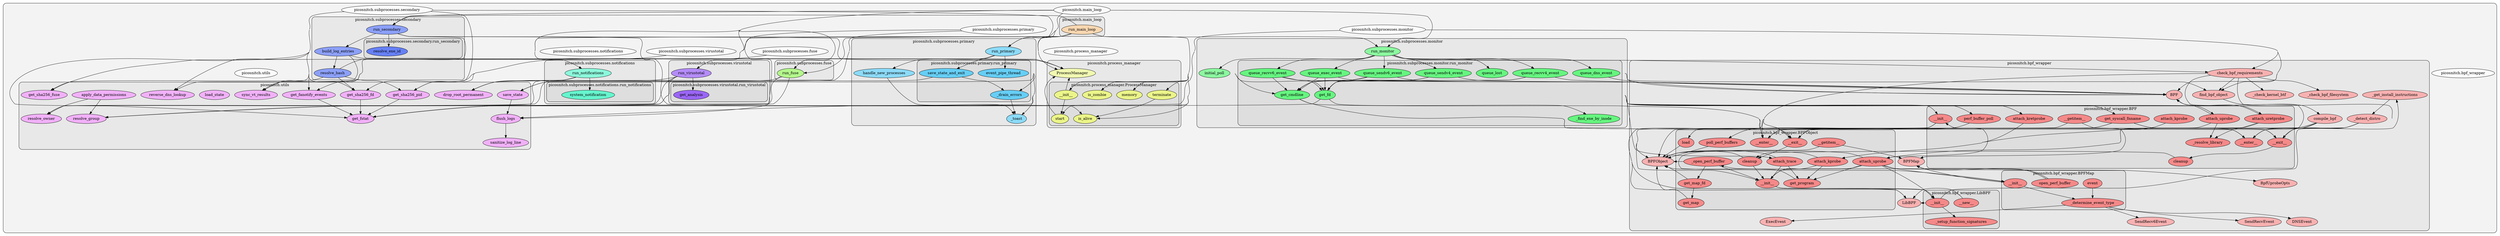
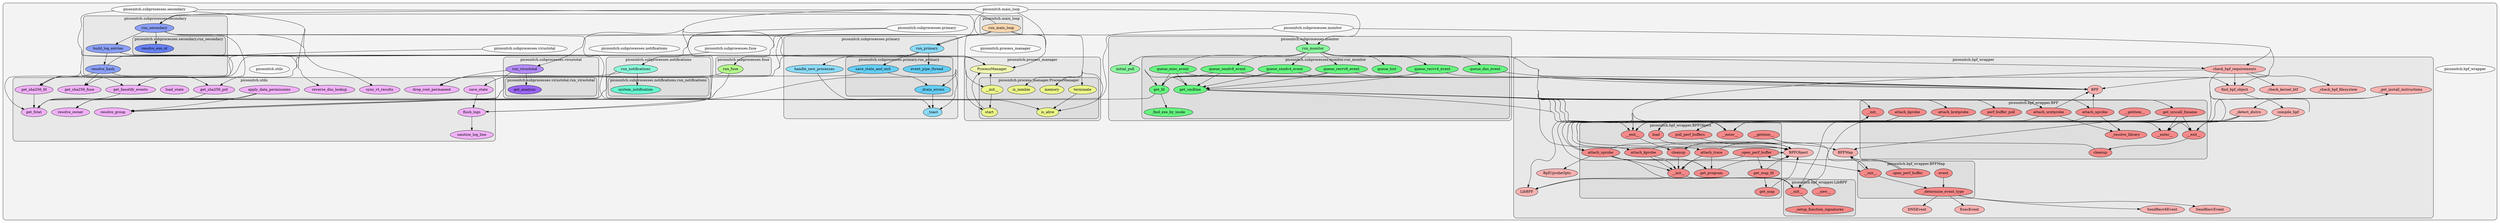
digraph G {
    graph [rankdir=TB, ranksep=0.5, layout=dot, concentrate=true, clusterrank="local"];
    subgraph "cluster_G" {

        graph [style="filled,rounded", fillcolor="#80808018", label=""];
        "picosnitch__bpf_wrapper" [label="picosnitch.bpf_wrapper", style="filled", fillcolor="#ffffffb2", fontcolor="#000000", group="0"];
        "picosnitch__main_loop" [label="picosnitch.main_loop", style="filled", fillcolor="#ffffffb2", fontcolor="#000000", group="1"];
        "picosnitch__process_manager" [label="picosnitch.process_manager", style="filled", fillcolor="#ffffffb2", fontcolor="#000000", group="2"];
        "picosnitch__subprocesses__fuse" [label="picosnitch.subprocesses.fuse", style="filled", fillcolor="#ffffffb2", fontcolor="#000000", group="3"];
        "picosnitch__subprocesses__monitor" [label="picosnitch.subprocesses.monitor", style="filled", fillcolor="#ffffffb2", fontcolor="#000000", group="4"];
        "picosnitch__subprocesses__notifications" [label="picosnitch.subprocesses.notifications", style="filled", fillcolor="#ffffffb2", fontcolor="#000000", group="5"];
        "picosnitch__subprocesses__primary" [label="picosnitch.subprocesses.primary", style="filled", fillcolor="#ffffffb2", fontcolor="#000000", group="6"];
        "picosnitch__subprocesses__secondary" [label="picosnitch.subprocesses.secondary", style="filled", fillcolor="#ffffffb2", fontcolor="#000000", group="7"];
        "picosnitch__subprocesses__virustotal" [label="picosnitch.subprocesses.virustotal", style="filled", fillcolor="#ffffffb2", fontcolor="#000000", group="8"];
        "picosnitch__utils" [label="picosnitch.utils", style="filled", fillcolor="#ffffffb2", fontcolor="#000000", group="9"];
        subgraph "cluster_picosnitch__bpf_wrapper" {

            graph [style="filled,rounded", fillcolor="#80808018", label="picosnitch.bpf_wrapper"];
            "picosnitch__bpf_wrapper__BPF" [label="BPF", style="filled", fillcolor="#ff9999b2", fontcolor="#000000", group="0"];
            "picosnitch__bpf_wrapper__BPFMap" [label="BPFMap", style="filled", fillcolor="#ff9999b2", fontcolor="#000000", group="0"];
            "picosnitch__bpf_wrapper__BPFObject" [label="BPFObject", style="filled", fillcolor="#ff9999b2", fontcolor="#000000", group="0"];
            "picosnitch__bpf_wrapper__BpfUprobeOpts" [label="BpfUprobeOpts", style="filled", fillcolor="#ff9999b2", fontcolor="#000000", group="0"];
            "picosnitch__bpf_wrapper__DNSEvent" [label="DNSEvent", style="filled", fillcolor="#ff9999b2", fontcolor="#000000", group="0"];
            "picosnitch__bpf_wrapper__ExecEvent" [label="ExecEvent", style="filled", fillcolor="#ff9999b2", fontcolor="#000000", group="0"];
            "picosnitch__bpf_wrapper__LibBPF" [label="LibBPF", style="filled", fillcolor="#ff9999b2", fontcolor="#000000", group="0"];
            "picosnitch__bpf_wrapper__SendRecv6Event" [label="SendRecv6Event", style="filled", fillcolor="#ff9999b2", fontcolor="#000000", group="0"];
            "picosnitch__bpf_wrapper__SendRecvEvent" [label="SendRecvEvent", style="filled", fillcolor="#ff9999b2", fontcolor="#000000", group="0"];
            "picosnitch__bpf_wrapper___check_bpf_filesystem" [label="_check_bpf_filesystem", style="filled", fillcolor="#ff9999b2", fontcolor="#000000", group="0"];
            "picosnitch__bpf_wrapper___check_kernel_btf" [label="_check_kernel_btf", style="filled", fillcolor="#ff9999b2", fontcolor="#000000", group="0"];
            "picosnitch__bpf_wrapper___detect_distro" [label="_detect_distro", style="filled", fillcolor="#ff9999b2", fontcolor="#000000", group="0"];
            "picosnitch__bpf_wrapper___get_install_instructions" [label="_get_install_instructions", style="filled", fillcolor="#ff9999b2", fontcolor="#000000", group="0"];
            "picosnitch__bpf_wrapper__check_bpf_requirements" [label="check_bpf_requirements", style="filled", fillcolor="#ff9999b2", fontcolor="#000000", group="0"];
            "picosnitch__bpf_wrapper__compile_bpf" [label="compile_bpf", style="filled", fillcolor="#ff9999b2", fontcolor="#000000", group="0"];
            "picosnitch__bpf_wrapper__find_bpf_object" [label="find_bpf_object", style="filled", fillcolor="#ff9999b2", fontcolor="#000000", group="0"];
            subgraph "cluster_picosnitch__bpf_wrapper__BPF" {

                graph [style="filled,rounded", fillcolor="#80808018", label="picosnitch.bpf_wrapper.BPF"];
                "picosnitch__bpf_wrapper__BPF____enter__" [label="__enter__", style="filled", fillcolor="#ff6565b2", fontcolor="#000000", group="0"];
                "picosnitch__bpf_wrapper__BPF____exit__" [label="__exit__", style="filled", fillcolor="#ff6565b2", fontcolor="#000000", group="0"];
                "picosnitch__bpf_wrapper__BPF____getitem__" [label="__getitem__", style="filled", fillcolor="#ff6565b2", fontcolor="#000000", group="0"];
                "picosnitch__bpf_wrapper__BPF____init__" [label="__init__", style="filled", fillcolor="#ff6565b2", fontcolor="#000000", group="0"];
                "picosnitch__bpf_wrapper__BPF___resolve_library" [label="_resolve_library", style="filled", fillcolor="#ff6565b2", fontcolor="#000000", group="0"];
                "picosnitch__bpf_wrapper__BPF__attach_kprobe" [label="attach_kprobe", style="filled", fillcolor="#ff6565b2", fontcolor="#000000", group="0"];
                "picosnitch__bpf_wrapper__BPF__attach_kretprobe" [label="attach_kretprobe", style="filled", fillcolor="#ff6565b2", fontcolor="#000000", group="0"];
                "picosnitch__bpf_wrapper__BPF__attach_uprobe" [label="attach_uprobe", style="filled", fillcolor="#ff6565b2", fontcolor="#000000", group="0"];
                "picosnitch__bpf_wrapper__BPF__attach_uretprobe" [label="attach_uretprobe", style="filled", fillcolor="#ff6565b2", fontcolor="#000000", group="0"];
                "picosnitch__bpf_wrapper__BPF__cleanup" [label="cleanup", style="filled", fillcolor="#ff6565b2", fontcolor="#000000", group="0"];
                "picosnitch__bpf_wrapper__BPF__get_syscall_fnname" [label="get_syscall_fnname", style="filled", fillcolor="#ff6565b2", fontcolor="#000000", group="0"];
                "picosnitch__bpf_wrapper__BPF__perf_buffer_poll" [label="perf_buffer_poll", style="filled", fillcolor="#ff6565b2", fontcolor="#000000", group="0"];
            }
            subgraph "cluster_picosnitch__bpf_wrapper__BPFMap" {

                graph [style="filled,rounded", fillcolor="#80808018", label="picosnitch.bpf_wrapper.BPFMap"];
                "picosnitch__bpf_wrapper__BPFMap____init__" [label="__init__", style="filled", fillcolor="#ff6565b2", fontcolor="#000000", group="0"];
                "picosnitch__bpf_wrapper__BPFMap___determine_event_type" [label="_determine_event_type", style="filled", fillcolor="#ff6565b2", fontcolor="#000000", group="0"];
                "picosnitch__bpf_wrapper__BPFMap__event" [label="event", style="filled", fillcolor="#ff6565b2", fontcolor="#000000", group="0"];
                "picosnitch__bpf_wrapper__BPFMap__open_perf_buffer" [label="open_perf_buffer", style="filled", fillcolor="#ff6565b2", fontcolor="#000000", group="0"];
            }
            subgraph "cluster_picosnitch__bpf_wrapper__BPFObject" {

                graph [style="filled,rounded", fillcolor="#80808018", label="picosnitch.bpf_wrapper.BPFObject"];
                "picosnitch__bpf_wrapper__BPFObject____enter__" [label="__enter__", style="filled", fillcolor="#ff6565b2", fontcolor="#000000", group="0"];
                "picosnitch__bpf_wrapper__BPFObject____exit__" [label="__exit__", style="filled", fillcolor="#ff6565b2", fontcolor="#000000", group="0"];
                "picosnitch__bpf_wrapper__BPFObject____getitem__" [label="__getitem__", style="filled", fillcolor="#ff6565b2", fontcolor="#000000", group="0"];
                "picosnitch__bpf_wrapper__BPFObject____init__" [label="__init__", style="filled", fillcolor="#ff6565b2", fontcolor="#000000", group="0"];
                "picosnitch__bpf_wrapper__BPFObject___open_perf_buffer" [label="_open_perf_buffer", style="filled", fillcolor="#ff6565b2", fontcolor="#000000", group="0"];
                "picosnitch__bpf_wrapper__BPFObject__attach_kprobe" [label="attach_kprobe", style="filled", fillcolor="#ff6565b2", fontcolor="#000000", group="0"];
                "picosnitch__bpf_wrapper__BPFObject__attach_trace" [label="attach_trace", style="filled", fillcolor="#ff6565b2", fontcolor="#000000", group="0"];
                "picosnitch__bpf_wrapper__BPFObject__attach_uprobe" [label="attach_uprobe", style="filled", fillcolor="#ff6565b2", fontcolor="#000000", group="0"];
                "picosnitch__bpf_wrapper__BPFObject__cleanup" [label="cleanup", style="filled", fillcolor="#ff6565b2", fontcolor="#000000", group="0"];
                "picosnitch__bpf_wrapper__BPFObject__get_map" [label="get_map", style="filled", fillcolor="#ff6565b2", fontcolor="#000000", group="0"];
                "picosnitch__bpf_wrapper__BPFObject__get_map_fd" [label="get_map_fd", style="filled", fillcolor="#ff6565b2", fontcolor="#000000", group="0"];
                "picosnitch__bpf_wrapper__BPFObject__get_program" [label="get_program", style="filled", fillcolor="#ff6565b2", fontcolor="#000000", group="0"];
                "picosnitch__bpf_wrapper__BPFObject__load" [label="load", style="filled", fillcolor="#ff6565b2", fontcolor="#000000", group="0"];
                "picosnitch__bpf_wrapper__BPFObject__poll_perf_buffers" [label="poll_perf_buffers", style="filled", fillcolor="#ff6565b2", fontcolor="#000000", group="0"];
            }
            subgraph "cluster_picosnitch__bpf_wrapper__LibBPF" {

                graph [style="filled,rounded", fillcolor="#80808018", label="picosnitch.bpf_wrapper.LibBPF"];
                "picosnitch__bpf_wrapper__LibBPF____init__" [label="__init__", style="filled", fillcolor="#ff6565b2", fontcolor="#000000", group="0"];
                "picosnitch__bpf_wrapper__LibBPF____new__" [label="__new__", style="filled", fillcolor="#ff6565b2", fontcolor="#000000", group="0"];
                "picosnitch__bpf_wrapper__LibBPF___setup_function_signatures" [label="_setup_function_signatures", style="filled", fillcolor="#ff6565b2", fontcolor="#000000", group="0"];
            }
        }
        subgraph "cluster_picosnitch__main_loop" {

            graph [style="filled,rounded", fillcolor="#80808018", label="picosnitch.main_loop"];
            "picosnitch__main_loop__run_main_loop" [label="run_main_loop", style="filled", fillcolor="#ffd099b2", fontcolor="#000000", group="1"];
        }
        subgraph "cluster_picosnitch__process_manager" {

            graph [style="filled,rounded", fillcolor="#80808018", label="picosnitch.process_manager"];
            "picosnitch__process_manager__ProcessManager" [label="ProcessManager", style="filled", fillcolor="#f5ff99b2", fontcolor="#000000", group="2"];
            subgraph "cluster_picosnitch__process_manager__ProcessManager" {

                graph [style="filled,rounded", fillcolor="#80808018", label="picosnitch.process_manager.ProcessManager"];
                "picosnitch__process_manager__ProcessManager____init__" [label="__init__", style="filled", fillcolor="#f1ff65b2", fontcolor="#000000", group="2"];
                "picosnitch__process_manager__ProcessManager__is_alive" [label="is_alive", style="filled", fillcolor="#f1ff65b2", fontcolor="#000000", group="2"];
                "picosnitch__process_manager__ProcessManager__is_zombie" [label="is_zombie", style="filled", fillcolor="#f1ff65b2", fontcolor="#000000", group="2"];
                "picosnitch__process_manager__ProcessManager__memory" [label="memory", style="filled", fillcolor="#f1ff65b2", fontcolor="#000000", group="2"];
                "picosnitch__process_manager__ProcessManager__start" [label="start", style="filled", fillcolor="#f1ff65b2", fontcolor="#000000", group="2"];
                "picosnitch__process_manager__ProcessManager__terminate" [label="terminate", style="filled", fillcolor="#f1ff65b2", fontcolor="#000000", group="2"];
            }
        }
        subgraph "cluster_picosnitch__subprocesses__fuse" {

            graph [style="filled,rounded", fillcolor="#80808018", label="picosnitch.subprocesses.fuse"];
            "picosnitch__subprocesses__fuse__run_fuse" [label="run_fuse", style="filled", fillcolor="#9dff65b2", fontcolor="#000000", group="3"];
        }
        subgraph "cluster_picosnitch__subprocesses__monitor" {

            graph [style="filled,rounded", fillcolor="#80808018", label="picosnitch.subprocesses.monitor"];
            "picosnitch__subprocesses__monitor__initial_poll" [label="initial_poll", style="filled", fillcolor="#65ff81b2", fontcolor="#000000", group="4"];
            "picosnitch__subprocesses__monitor__run_monitor" [label="run_monitor", style="filled", fillcolor="#65ff81b2", fontcolor="#000000", group="4"];
            subgraph "cluster_picosnitch__subprocesses__monitor__run_monitor" {

                graph [style="filled,rounded", fillcolor="#80808018", label="picosnitch.subprocesses.monitor.run_monitor"];
                "picosnitch__subprocesses__monitor__run_monitor___find_exe_by_inodeX" [label="_find_exe_by_inode", style="filled", fillcolor="#32ff58b2", fontcolor="#000000", group="4"];
                "picosnitch__subprocesses__monitor__run_monitor__get_cmdline" [label="get_cmdline", style="filled", fillcolor="#32ff58b2", fontcolor="#000000", group="4"];
                "picosnitch__subprocesses__monitor__run_monitor__get_fd" [label="get_fd", style="filled", fillcolor="#32ff58b2", fontcolor="#000000", group="4"];
                "picosnitch__subprocesses__monitor__run_monitor__queue_dns_event" [label="queue_dns_event", style="filled", fillcolor="#32ff58b2", fontcolor="#000000", group="4"];
                "picosnitch__subprocesses__monitor__run_monitor__queue_exec_event" [label="queue_exec_event", style="filled", fillcolor="#32ff58b2", fontcolor="#000000", group="4"];
                "picosnitch__subprocesses__monitor__run_monitor__queue_lost" [label="queue_lost", style="filled", fillcolor="#32ff58b2", fontcolor="#000000", group="4"];
                "picosnitch__subprocesses__monitor__run_monitor__queue_recvv4_event" [label="queue_recvv4_event", style="filled", fillcolor="#32ff58b2", fontcolor="#000000", group="4"];
                "picosnitch__subprocesses__monitor__run_monitor__queue_recvv6_event" [label="queue_recvv6_event", style="filled", fillcolor="#32ff58b2", fontcolor="#000000", group="4"];
                "picosnitch__subprocesses__monitor__run_monitor__queue_sendv4_event" [label="queue_sendv4_event", style="filled", fillcolor="#32ff58b2", fontcolor="#000000", group="4"];
                "picosnitch__subprocesses__monitor__run_monitor__queue_sendv6_event" [label="queue_sendv6_event", style="filled", fillcolor="#32ff58b2", fontcolor="#000000", group="4"];
            }
        }
        subgraph "cluster_picosnitch__subprocesses__notifications" {

            graph [style="filled,rounded", fillcolor="#80808018", label="picosnitch.subprocesses.notifications"];
            "picosnitch__subprocesses__notifications__run_notifications" [label="run_notifications", style="filled", fillcolor="#65ffd5b2", fontcolor="#000000", group="5"];
            subgraph "cluster_picosnitch__subprocesses__notifications__run_notifications" {

                graph [style="filled,rounded", fillcolor="#80808018", label="picosnitch.subprocesses.notifications.run_notifications"];
                "picosnitch__subprocesses__notifications__run_notifications__system_notification" [label="system_notification", style="filled", fillcolor="#32ffc7b2", fontcolor="#000000", group="5"];
            }
        }
        subgraph "cluster_picosnitch__subprocesses__primary" {

            graph [style="filled,rounded", fillcolor="#80808018", label="picosnitch.subprocesses.primary"];
            "picosnitch__subprocesses__primary___toast" [label="_toast", style="filled", fillcolor="#65d5ffb2", fontcolor="#000000", group="6"];
            "picosnitch__subprocesses__primary__handle_new_processes" [label="handle_new_processes", style="filled", fillcolor="#65d5ffb2", fontcolor="#000000", group="6"];
            "picosnitch__subprocesses__primary__run_primary" [label="run_primary", style="filled", fillcolor="#65d5ffb2", fontcolor="#000000", group="6"];
            subgraph "cluster_picosnitch__subprocesses__primary__run_primary" {

                graph [style="filled,rounded", fillcolor="#80808018", label="picosnitch.subprocesses.primary.run_primary"];
                "picosnitch__subprocesses__primary__run_primary___drain_errors" [label="_drain_errors", style="filled", fillcolor="#32c7ffb2", fontcolor="#000000", group="6"];
                "picosnitch__subprocesses__primary__run_primary__event_pipe_thread" [label="event_pipe_thread", style="filled", fillcolor="#32c7ffb2", fontcolor="#000000", group="6"];
                "picosnitch__subprocesses__primary__run_primary__save_state_and_exit" [label="save_state_and_exit", style="filled", fillcolor="#32c7ffb2", fontcolor="#000000", group="6"];
            }
        }
        subgraph "cluster_picosnitch__subprocesses__secondary" {

            graph [style="filled,rounded", fillcolor="#80808018", label="picosnitch.subprocesses.secondary"];
            "picosnitch__subprocesses__secondary__build_log_entries" [label="build_log_entries", style="filled", fillcolor="#6581ffb2", fontcolor="#000000", group="7"];
            "picosnitch__subprocesses__secondary__resolve_hash" [label="resolve_hash", style="filled", fillcolor="#6581ffb2", fontcolor="#000000", group="7"];
            "picosnitch__subprocesses__secondary__run_secondary" [label="run_secondary", style="filled", fillcolor="#6581ffb2", fontcolor="#000000", group="7"];
            subgraph "cluster_picosnitch__subprocesses__secondary__run_secondary" {

                graph [style="filled,rounded", fillcolor="#80808018", label="picosnitch.subprocesses.secondary.run_secondary"];
                "picosnitch__subprocesses__secondary__run_secondary__resolve_exe_id" [label="resolve_exe_id", style="filled", fillcolor="#3258ffb2", fontcolor="#000000", group="7"];
            }
        }
        subgraph "cluster_picosnitch__subprocesses__virustotal" {

            graph [style="filled,rounded", fillcolor="#80808018", label="picosnitch.subprocesses.virustotal"];
            "picosnitch__subprocesses__virustotal__run_virustotal" [label="run_virustotal", style="filled", fillcolor="#9d65ffb2", fontcolor="#000000", group="8"];
            subgraph "cluster_picosnitch__subprocesses__virustotal__run_virustotal" {

                graph [style="filled,rounded", fillcolor="#80808018", label="picosnitch.subprocesses.virustotal.run_virustotal"];
                "picosnitch__subprocesses__virustotal__run_virustotal__get_analysis" [label="get_analysis", style="filled", fillcolor="#7d32ffb2", fontcolor="#000000", group="8"];
            }
        }
        subgraph "cluster_picosnitch__utils" {

            graph [style="filled,rounded", fillcolor="#80808018", label="picosnitch.utils"];
            "picosnitch__utils__apply_data_permissions" [label="apply_data_permissions", style="filled", fillcolor="#f599ffb2", fontcolor="#000000", group="9"];
            "picosnitch__utils__drop_root_permanent" [label="drop_root_permanent", style="filled", fillcolor="#f599ffb2", fontcolor="#000000", group="9"];
            "picosnitch__utils__flush_logs" [label="flush_logs", style="filled", fillcolor="#f599ffb2", fontcolor="#000000", group="9"];
            "picosnitch__utils__get_fanotify_events" [label="get_fanotify_events", style="filled", fillcolor="#f599ffb2", fontcolor="#000000", group="9"];
            "picosnitch__utils__get_fstat" [label="get_fstat", style="filled", fillcolor="#f599ffb2", fontcolor="#000000", group="9"];
            "picosnitch__utils__get_sha256_fd" [label="get_sha256_fd", style="filled", fillcolor="#f599ffb2", fontcolor="#000000", group="9"];
            "picosnitch__utils__get_sha256_fuse" [label="get_sha256_fuse", style="filled", fillcolor="#f599ffb2", fontcolor="#000000", group="9"];
            "picosnitch__utils__get_sha256_pid" [label="get_sha256_pid", style="filled", fillcolor="#f599ffb2", fontcolor="#000000", group="9"];
            "picosnitch__utils__load_state" [label="load_state", style="filled", fillcolor="#f599ffb2", fontcolor="#000000", group="9"];
            "picosnitch__utils__resolve_group" [label="resolve_group", style="filled", fillcolor="#f599ffb2", fontcolor="#000000", group="9"];
            "picosnitch__utils__resolve_owner" [label="resolve_owner", style="filled", fillcolor="#f599ffb2", fontcolor="#000000", group="9"];
            "picosnitch__utils__reverse_dns_lookup" [label="reverse_dns_lookup", style="filled", fillcolor="#f599ffb2", fontcolor="#000000", group="9"];
            "picosnitch__utils__sanitize_log_line" [label="sanitize_log_line", style="filled", fillcolor="#f599ffb2", fontcolor="#000000", group="9"];
            "picosnitch__utils__save_state" [label="save_state", style="filled", fillcolor="#f599ffb2", fontcolor="#000000", group="9"];
            "picosnitch__utils__sync_vt_results" [label="sync_vt_results", style="filled", fillcolor="#f599ffb2", fontcolor="#000000", group="9"];
        }
    }
        "picosnitch__bpf_wrapper" -> "picosnitch__bpf_wrapper__BPF" [style="dashed",  color="#ffffff00"];
        "picosnitch__bpf_wrapper" -> "picosnitch__bpf_wrapper__BPFMap" [style="dashed",  color="#ffffff00"];
        "picosnitch__bpf_wrapper" -> "picosnitch__bpf_wrapper__BPFObject" [style="dashed",  color="#ffffff00"];
        "picosnitch__bpf_wrapper" -> "picosnitch__bpf_wrapper__BpfUprobeOpts" [style="dashed",  color="#ffffff00"];
        "picosnitch__bpf_wrapper" -> "picosnitch__bpf_wrapper__DNSEvent" [style="dashed",  color="#ffffff00"];
        "picosnitch__bpf_wrapper" -> "picosnitch__bpf_wrapper__ExecEvent" [style="dashed",  color="#ffffff00"];
        "picosnitch__bpf_wrapper" -> "picosnitch__bpf_wrapper__LibBPF" [style="dashed",  color="#ffffff00"];
        "picosnitch__bpf_wrapper" -> "picosnitch__bpf_wrapper__SendRecv6Event" [style="dashed",  color="#ffffff00"];
        "picosnitch__bpf_wrapper" -> "picosnitch__bpf_wrapper__SendRecvEvent" [style="dashed",  color="#ffffff00"];
        "picosnitch__bpf_wrapper" -> "picosnitch__bpf_wrapper___check_bpf_filesystem" [style="dashed",  color="#ffffff00"];
        "picosnitch__bpf_wrapper" -> "picosnitch__bpf_wrapper___check_kernel_btf" [style="dashed",  color="#ffffff00"];
        "picosnitch__bpf_wrapper" -> "picosnitch__bpf_wrapper___detect_distro" [style="dashed",  color="#ffffff00"];
        "picosnitch__bpf_wrapper" -> "picosnitch__bpf_wrapper___get_install_instructions" [style="dashed",  color="#ffffff00"];
        "picosnitch__bpf_wrapper" -> "picosnitch__bpf_wrapper__check_bpf_requirements" [style="dashed",  color="#ffffff00"];
        "picosnitch__bpf_wrapper" -> "picosnitch__bpf_wrapper__compile_bpf" [style="dashed",  color="#ffffff00"];
        "picosnitch__bpf_wrapper" -> "picosnitch__bpf_wrapper__find_bpf_object" [style="dashed",  color="#ffffff00"];
        "picosnitch__bpf_wrapper__BPF" -> "picosnitch__bpf_wrapper__BPF____enter__" [style="dashed",  color="#ffffff00"];
        "picosnitch__bpf_wrapper__BPF" -> "picosnitch__bpf_wrapper__BPF____exit__" [style="dashed",  color="#ffffff00"];
        "picosnitch__bpf_wrapper__BPF" -> "picosnitch__bpf_wrapper__BPF____getitem__" [style="dashed",  color="#ffffff00"];
        "picosnitch__bpf_wrapper__BPF" -> "picosnitch__bpf_wrapper__BPF____init__" [style="dashed",  color="#ffffff00"];
        "picosnitch__bpf_wrapper__BPF" -> "picosnitch__bpf_wrapper__BPF___resolve_library" [style="dashed",  color="#ffffff00"];
        "picosnitch__bpf_wrapper__BPF" -> "picosnitch__bpf_wrapper__BPF__attach_kprobe" [style="dashed",  color="#ffffff00"];
        "picosnitch__bpf_wrapper__BPF" -> "picosnitch__bpf_wrapper__BPF__attach_kretprobe" [style="dashed",  color="#ffffff00"];
        "picosnitch__bpf_wrapper__BPF" -> "picosnitch__bpf_wrapper__BPF__attach_uprobe" [style="dashed",  color="#ffffff00"];
        "picosnitch__bpf_wrapper__BPF" -> "picosnitch__bpf_wrapper__BPF__attach_uretprobe" [style="dashed",  color="#ffffff00"];
        "picosnitch__bpf_wrapper__BPF" -> "picosnitch__bpf_wrapper__BPF__cleanup" [style="dashed",  color="#ffffff00"];
        "picosnitch__bpf_wrapper__BPF" -> "picosnitch__bpf_wrapper__BPF__get_syscall_fnname" [style="dashed",  color="#ffffff00"];
        "picosnitch__bpf_wrapper__BPF" -> "picosnitch__bpf_wrapper__BPF__perf_buffer_poll" [style="dashed",  color="#ffffff00"];
        "picosnitch__bpf_wrapper__BPFMap" -> "picosnitch__bpf_wrapper__BPFMap____init__" [style="dashed",  color="#ffffff00"];
        "picosnitch__bpf_wrapper__BPFMap" -> "picosnitch__bpf_wrapper__BPFMap___determine_event_type" [style="dashed",  color="#ffffff00"];
        "picosnitch__bpf_wrapper__BPFMap" -> "picosnitch__bpf_wrapper__BPFMap__event" [style="dashed",  color="#ffffff00"];
        "picosnitch__bpf_wrapper__BPFMap" -> "picosnitch__bpf_wrapper__BPFMap__open_perf_buffer" [style="dashed",  color="#ffffff00"];
        "picosnitch__bpf_wrapper__BPFMap____init__" -> "picosnitch__bpf_wrapper__BPFMap" [style="solid",  color="#000000"];
        "picosnitch__bpf_wrapper__BPFMap____init__" -> "picosnitch__bpf_wrapper__BPFMap___determine_event_type" [style="solid",  color="#000000"];
        "picosnitch__bpf_wrapper__BPFMap___determine_event_type" -> "picosnitch__bpf_wrapper__DNSEvent" [style="solid",  color="#000000"];
        "picosnitch__bpf_wrapper__BPFMap___determine_event_type" -> "picosnitch__bpf_wrapper__ExecEvent" [style="solid",  color="#000000"];
        "picosnitch__bpf_wrapper__BPFMap___determine_event_type" -> "picosnitch__bpf_wrapper__SendRecv6Event" [style="solid",  color="#000000"];
        "picosnitch__bpf_wrapper__BPFMap___determine_event_type" -> "picosnitch__bpf_wrapper__SendRecvEvent" [style="solid",  color="#000000"];
        "picosnitch__bpf_wrapper__BPFMap__event" -> "picosnitch__bpf_wrapper__BPFMap___determine_event_type" [style="solid",  color="#000000"];
        "picosnitch__bpf_wrapper__BPFMap__open_perf_buffer" -> "picosnitch__bpf_wrapper__BPFMap" [style="solid",  color="#000000"];
        "picosnitch__bpf_wrapper__BPFMap__open_perf_buffer" -> "picosnitch__bpf_wrapper__BPFObject___open_perf_buffer" [style="solid",  color="#000000"];
        "picosnitch__bpf_wrapper__BPFObject" -> "picosnitch__bpf_wrapper__BPFObject____enter__" [style="dashed",  color="#ffffff00"];
        "picosnitch__bpf_wrapper__BPFObject" -> "picosnitch__bpf_wrapper__BPFObject____exit__" [style="dashed",  color="#ffffff00"];
        "picosnitch__bpf_wrapper__BPFObject" -> "picosnitch__bpf_wrapper__BPFObject____getitem__" [style="dashed",  color="#ffffff00"];
        "picosnitch__bpf_wrapper__BPFObject" -> "picosnitch__bpf_wrapper__BPFObject____init__" [style="dashed",  color="#ffffff00"];
        "picosnitch__bpf_wrapper__BPFObject" -> "picosnitch__bpf_wrapper__BPFObject___open_perf_buffer" [style="dashed",  color="#ffffff00"];
        "picosnitch__bpf_wrapper__BPFObject" -> "picosnitch__bpf_wrapper__BPFObject__attach_kprobe" [style="dashed",  color="#ffffff00"];
        "picosnitch__bpf_wrapper__BPFObject" -> "picosnitch__bpf_wrapper__BPFObject__attach_trace" [style="dashed",  color="#ffffff00"];
        "picosnitch__bpf_wrapper__BPFObject" -> "picosnitch__bpf_wrapper__BPFObject__attach_uprobe" [style="dashed",  color="#ffffff00"];
        "picosnitch__bpf_wrapper__BPFObject" -> "picosnitch__bpf_wrapper__BPFObject__cleanup" [style="dashed",  color="#ffffff00"];
        "picosnitch__bpf_wrapper__BPFObject" -> "picosnitch__bpf_wrapper__BPFObject__get_map" [style="dashed",  color="#ffffff00"];
        "picosnitch__bpf_wrapper__BPFObject" -> "picosnitch__bpf_wrapper__BPFObject__get_map_fd" [style="dashed",  color="#ffffff00"];
        "picosnitch__bpf_wrapper__BPFObject" -> "picosnitch__bpf_wrapper__BPFObject__get_program" [style="dashed",  color="#ffffff00"];
        "picosnitch__bpf_wrapper__BPFObject" -> "picosnitch__bpf_wrapper__BPFObject__load" [style="dashed",  color="#ffffff00"];
        "picosnitch__bpf_wrapper__BPFObject" -> "picosnitch__bpf_wrapper__BPFObject__poll_perf_buffers" [style="dashed",  color="#ffffff00"];
        "picosnitch__bpf_wrapper__BPFObject____exit__" -> "picosnitch__bpf_wrapper__BPFObject__cleanup" [style="solid",  color="#000000"];
        "picosnitch__bpf_wrapper__BPFObject____getitem__" -> "picosnitch__bpf_wrapper__BPFMap" [style="solid",  color="#000000"];
        "picosnitch__bpf_wrapper__BPFObject____getitem__" -> "picosnitch__bpf_wrapper__BPFMap____init__" [style="solid",  color="#000000"];
        "picosnitch__bpf_wrapper__BPFObject____init__" -> "picosnitch__bpf_wrapper__LibBPF" [style="solid",  color="#000000"];
        "picosnitch__bpf_wrapper__BPFObject____init__" -> "picosnitch__bpf_wrapper__LibBPF____init__" [style="solid",  color="#000000"];
        "picosnitch__bpf_wrapper__BPFObject___open_perf_buffer" -> "picosnitch__bpf_wrapper__BPFObject" [style="solid",  color="#000000"];
        "picosnitch__bpf_wrapper__BPFObject___open_perf_buffer" -> "picosnitch__bpf_wrapper__BPFObject____init__" [style="solid",  color="#000000"];
        "picosnitch__bpf_wrapper__BPFObject___open_perf_buffer" -> "picosnitch__bpf_wrapper__BPFObject__get_map_fd" [style="solid",  color="#000000"];
        "picosnitch__bpf_wrapper__BPFObject__attach_kprobe" -> "picosnitch__bpf_wrapper__BPFObject" [style="solid",  color="#000000"];
        "picosnitch__bpf_wrapper__BPFObject__attach_kprobe" -> "picosnitch__bpf_wrapper__BPFObject____init__" [style="solid",  color="#000000"];
        "picosnitch__bpf_wrapper__BPFObject__attach_kprobe" -> "picosnitch__bpf_wrapper__BPFObject__get_program" [style="solid",  color="#000000"];
        "picosnitch__bpf_wrapper__BPFObject__attach_trace" -> "picosnitch__bpf_wrapper__BPFObject" [style="solid",  color="#000000"];
        "picosnitch__bpf_wrapper__BPFObject__attach_trace" -> "picosnitch__bpf_wrapper__BPFObject____init__" [style="solid",  color="#000000"];
        "picosnitch__bpf_wrapper__BPFObject__attach_trace" -> "picosnitch__bpf_wrapper__BPFObject__get_program" [style="solid",  color="#000000"];
        "picosnitch__bpf_wrapper__BPFObject__attach_uprobe" -> "picosnitch__bpf_wrapper__BPFMap____init__" [style="solid",  color="#000000"];
        "picosnitch__bpf_wrapper__BPFObject__attach_uprobe" -> "picosnitch__bpf_wrapper__BPFObject" [style="solid",  color="#000000"];
        "picosnitch__bpf_wrapper__BPFObject__attach_uprobe" -> "picosnitch__bpf_wrapper__BPFObject____init__" [style="solid",  color="#000000"];
        "picosnitch__bpf_wrapper__BPFObject__attach_uprobe" -> "picosnitch__bpf_wrapper__BPFObject__get_program" [style="solid",  color="#000000"];
        "picosnitch__bpf_wrapper__BPFObject__attach_uprobe" -> "picosnitch__bpf_wrapper__BPF____init__" [style="solid",  color="#000000"];
        "picosnitch__bpf_wrapper__BPFObject__attach_uprobe" -> "picosnitch__bpf_wrapper__BpfUprobeOpts" [style="solid",  color="#000000"];
        "picosnitch__bpf_wrapper__BPFObject__attach_uprobe" -> "picosnitch__bpf_wrapper__LibBPF____init__" [style="solid",  color="#000000"];
        "picosnitch__bpf_wrapper__BPFObject__cleanup" -> "picosnitch__bpf_wrapper__BPFObject" [style="solid",  color="#000000"];
        "picosnitch__bpf_wrapper__BPFObject__cleanup" -> "picosnitch__bpf_wrapper__BPFObject____init__" [style="solid",  color="#000000"];
        "picosnitch__bpf_wrapper__BPFObject__get_map" -> "picosnitch__bpf_wrapper__BPFObject" [style="solid",  color="#000000"];
        "picosnitch__bpf_wrapper__BPFObject__get_map_fd" -> "picosnitch__bpf_wrapper__BPFObject" [style="solid",  color="#000000"];
        "picosnitch__bpf_wrapper__BPFObject__get_map_fd" -> "picosnitch__bpf_wrapper__BPFObject__get_map" [style="solid",  color="#000000"];
        "picosnitch__bpf_wrapper__BPFObject__get_program" -> "picosnitch__bpf_wrapper__BPFObject" [style="solid",  color="#000000"];
        "picosnitch__bpf_wrapper__BPFObject__load" -> "picosnitch__bpf_wrapper__BPFObject" [style="solid",  color="#000000"];
        "picosnitch__bpf_wrapper__BPFObject__poll_perf_buffers" -> "picosnitch__bpf_wrapper__BPFObject" [style="solid",  color="#000000"];
        "picosnitch__bpf_wrapper__BPF____exit__" -> "picosnitch__bpf_wrapper__BPF__cleanup" [style="solid",  color="#000000"];
        "picosnitch__bpf_wrapper__BPF____getitem__" -> "picosnitch__bpf_wrapper__BPFMap" [style="solid",  color="#000000"];
        "picosnitch__bpf_wrapper__BPF____getitem__" -> "picosnitch__bpf_wrapper__BPFObject" [style="solid",  color="#000000"];
        "picosnitch__bpf_wrapper__BPF____init__" -> "picosnitch__bpf_wrapper__BPFObject" [style="solid",  color="#000000"];
        "picosnitch__bpf_wrapper__BPF____init__" -> "picosnitch__bpf_wrapper__BPFObject____init__" [style="solid",  color="#000000"];
        "picosnitch__bpf_wrapper__BPF____init__" -> "picosnitch__bpf_wrapper__BPFObject__load" [style="solid",  color="#000000"];
        "picosnitch__bpf_wrapper__BPF__attach_kprobe" -> "picosnitch__bpf_wrapper__BPFObject__attach_kprobe" [style="solid",  color="#000000"];
        "picosnitch__bpf_wrapper__BPF__attach_kretprobe" -> "picosnitch__bpf_wrapper__BPFObject__attach_kprobe" [style="solid",  color="#000000"];
        "picosnitch__bpf_wrapper__BPF__attach_uprobe" -> "picosnitch__bpf_wrapper__BPF" [style="solid",  color="#000000"];
        "picosnitch__bpf_wrapper__BPF__attach_uprobe" -> "picosnitch__bpf_wrapper__BPFObject__attach_uprobe" [style="solid",  color="#000000"];
        "picosnitch__bpf_wrapper__BPF__attach_uprobe" -> "picosnitch__bpf_wrapper__BPF___resolve_library" [style="solid",  color="#000000"];
        "picosnitch__bpf_wrapper__BPF__attach_uretprobe" -> "picosnitch__bpf_wrapper__BPF" [style="solid",  color="#000000"];
        "picosnitch__bpf_wrapper__BPF__attach_uretprobe" -> "picosnitch__bpf_wrapper__BPFObject__attach_uprobe" [style="solid",  color="#000000"];
        "picosnitch__bpf_wrapper__BPF__attach_uretprobe" -> "picosnitch__bpf_wrapper__BPF___resolve_library" [style="solid",  color="#000000"];
        "picosnitch__bpf_wrapper__BPF__cleanup" -> "picosnitch__bpf_wrapper__BPFObject__cleanup" [style="solid",  color="#000000"];
        "picosnitch__bpf_wrapper__BPF__get_syscall_fnname" -> "picosnitch__bpf_wrapper__BPFObject____enter__" [style="solid",  color="#000000"];
        "picosnitch__bpf_wrapper__BPF__get_syscall_fnname" -> "picosnitch__bpf_wrapper__BPFObject____exit__" [style="solid",  color="#000000"];
        "picosnitch__bpf_wrapper__BPF__get_syscall_fnname" -> "picosnitch__bpf_wrapper__BPF____enter__" [style="solid",  color="#000000"];
        "picosnitch__bpf_wrapper__BPF__get_syscall_fnname" -> "picosnitch__bpf_wrapper__BPF____exit__" [style="solid",  color="#000000"];
        "picosnitch__bpf_wrapper__BPF__perf_buffer_poll" -> "picosnitch__bpf_wrapper__BPFObject__poll_perf_buffers" [style="solid",  color="#000000"];
        "picosnitch__bpf_wrapper__LibBPF" -> "picosnitch__bpf_wrapper__LibBPF____init__" [style="dashed",  color="#ffffff00"];
        "picosnitch__bpf_wrapper__LibBPF" -> "picosnitch__bpf_wrapper__LibBPF____new__" [style="dashed",  color="#ffffff00"];
        "picosnitch__bpf_wrapper__LibBPF" -> "picosnitch__bpf_wrapper__LibBPF___setup_function_signatures" [style="dashed",  color="#ffffff00"];
        "picosnitch__bpf_wrapper__LibBPF____init__" -> "picosnitch__bpf_wrapper__LibBPF" [style="solid",  color="#000000"];
        "picosnitch__bpf_wrapper__LibBPF____init__" -> "picosnitch__bpf_wrapper__LibBPF___setup_function_signatures" [style="solid",  color="#000000"];
        "picosnitch__bpf_wrapper__LibBPF____init__" -> "picosnitch__bpf_wrapper___get_install_instructions" [style="solid",  color="#000000"];
        "picosnitch__bpf_wrapper__LibBPF____new__" -> "picosnitch__bpf_wrapper__LibBPF" [style="solid",  color="#000000"];
        "picosnitch__bpf_wrapper___detect_distro" -> "picosnitch__bpf_wrapper__BPFObject____enter__" [style="solid",  color="#000000"];
        "picosnitch__bpf_wrapper___detect_distro" -> "picosnitch__bpf_wrapper__BPFObject____exit__" [style="solid",  color="#000000"];
        "picosnitch__bpf_wrapper___detect_distro" -> "picosnitch__bpf_wrapper__BPF____enter__" [style="solid",  color="#000000"];
        "picosnitch__bpf_wrapper___detect_distro" -> "picosnitch__bpf_wrapper__BPF____exit__" [style="solid",  color="#000000"];
        "picosnitch__bpf_wrapper___get_install_instructions" -> "picosnitch__bpf_wrapper___detect_distro" [style="solid",  color="#000000"];
        "picosnitch__bpf_wrapper__check_bpf_requirements" -> "picosnitch__bpf_wrapper__BPFObject____enter__" [style="solid",  color="#000000"];
        "picosnitch__bpf_wrapper__check_bpf_requirements" -> "picosnitch__bpf_wrapper__BPFObject____exit__" [style="solid",  color="#000000"];
        "picosnitch__bpf_wrapper__check_bpf_requirements" -> "picosnitch__bpf_wrapper__BPF____enter__" [style="solid",  color="#000000"];
        "picosnitch__bpf_wrapper__check_bpf_requirements" -> "picosnitch__bpf_wrapper__BPF____exit__" [style="solid",  color="#000000"];
        "picosnitch__bpf_wrapper__check_bpf_requirements" -> "picosnitch__bpf_wrapper__LibBPF" [style="solid",  color="#000000"];
        "picosnitch__bpf_wrapper__check_bpf_requirements" -> "picosnitch__bpf_wrapper__LibBPF____init__" [style="solid",  color="#000000"];
        "picosnitch__bpf_wrapper__check_bpf_requirements" -> "picosnitch__bpf_wrapper___check_bpf_filesystem" [style="solid",  color="#000000"];
        "picosnitch__bpf_wrapper__check_bpf_requirements" -> "picosnitch__bpf_wrapper___check_kernel_btf" [style="solid",  color="#000000"];
        "picosnitch__bpf_wrapper__check_bpf_requirements" -> "picosnitch__bpf_wrapper__find_bpf_object" [style="solid",  color="#000000"];
        "picosnitch__bpf_wrapper__compile_bpf" -> "picosnitch__bpf_wrapper__BPFObject____enter__" [style="solid",  color="#000000"];
        "picosnitch__bpf_wrapper__compile_bpf" -> "picosnitch__bpf_wrapper__BPFObject____exit__" [style="solid",  color="#000000"];
        "picosnitch__bpf_wrapper__compile_bpf" -> "picosnitch__bpf_wrapper__BPF____enter__" [style="solid",  color="#000000"];
        "picosnitch__bpf_wrapper__compile_bpf" -> "picosnitch__bpf_wrapper__BPF____exit__" [style="solid",  color="#000000"];
        "picosnitch__bpf_wrapper__find_bpf_object" -> "picosnitch__bpf_wrapper__compile_bpf" [style="solid",  color="#000000"];
        "picosnitch__main_loop" -> "picosnitch__main_loop__run_main_loop" [style="dashed",  color="#ffffff00"];
        "picosnitch__main_loop" -> "picosnitch__process_manager__ProcessManager" [style="solid",  color="#000000"];
        "picosnitch__main_loop" -> "picosnitch__subprocesses__fuse__run_fuse" [style="solid",  color="#000000"];
        "picosnitch__main_loop" -> "picosnitch__subprocesses__monitor__run_monitor" [style="solid",  color="#000000"];
        "picosnitch__main_loop" -> "picosnitch__subprocesses__notifications__run_notifications" [style="solid",  color="#000000"];
        "picosnitch__main_loop" -> "picosnitch__subprocesses__primary__run_primary" [style="solid",  color="#000000"];
        "picosnitch__main_loop" -> "picosnitch__subprocesses__secondary__run_secondary" [style="solid",  color="#000000"];
        "picosnitch__main_loop" -> "picosnitch__subprocesses__virustotal__run_virustotal" [style="solid",  color="#000000"];
        "picosnitch__main_loop__run_main_loop" -> "picosnitch__process_manager__ProcessManager" [style="solid",  color="#000000"];
        "picosnitch__main_loop__run_main_loop" -> "picosnitch__process_manager__ProcessManager____init__" [style="solid",  color="#000000"];
        "picosnitch__main_loop__run_main_loop" -> "picosnitch__process_manager__ProcessManager__is_alive" [style="solid",  color="#000000"];
        "picosnitch__main_loop__run_main_loop" -> "picosnitch__process_manager__ProcessManager__is_zombie" [style="solid",  color="#000000"];
        "picosnitch__main_loop__run_main_loop" -> "picosnitch__process_manager__ProcessManager__memory" [style="solid",  color="#000000"];
        "picosnitch__main_loop__run_main_loop" -> "picosnitch__process_manager__ProcessManager__start" [style="solid",  color="#000000"];
        "picosnitch__main_loop__run_main_loop" -> "picosnitch__process_manager__ProcessManager__terminate" [style="solid",  color="#000000"];
        "picosnitch__main_loop__run_main_loop" -> "picosnitch__subprocesses__fuse__run_fuse" [style="solid",  color="#000000"];
        "picosnitch__main_loop__run_main_loop" -> "picosnitch__subprocesses__monitor__run_monitor" [style="solid",  color="#000000"];
        "picosnitch__main_loop__run_main_loop" -> "picosnitch__subprocesses__notifications__run_notifications" [style="solid",  color="#000000"];
        "picosnitch__main_loop__run_main_loop" -> "picosnitch__subprocesses__primary__run_primary" [style="solid",  color="#000000"];
        "picosnitch__main_loop__run_main_loop" -> "picosnitch__subprocesses__secondary__run_secondary" [style="solid",  color="#000000"];
        "picosnitch__main_loop__run_main_loop" -> "picosnitch__subprocesses__virustotal__run_virustotal" [style="solid",  color="#000000"];
        "picosnitch__process_manager" -> "picosnitch__process_manager__ProcessManager" [style="dashed",  color="#ffffff00"];
        "picosnitch__process_manager__ProcessManager" -> "picosnitch__process_manager__ProcessManager____init__" [style="dashed",  color="#ffffff00"];
        "picosnitch__process_manager__ProcessManager" -> "picosnitch__process_manager__ProcessManager__is_alive" [style="dashed",  color="#ffffff00"];
        "picosnitch__process_manager__ProcessManager" -> "picosnitch__process_manager__ProcessManager__is_zombie" [style="dashed",  color="#ffffff00"];
        "picosnitch__process_manager__ProcessManager" -> "picosnitch__process_manager__ProcessManager__memory" [style="dashed",  color="#ffffff00"];
        "picosnitch__process_manager__ProcessManager" -> "picosnitch__process_manager__ProcessManager__start" [style="dashed",  color="#ffffff00"];
        "picosnitch__process_manager__ProcessManager" -> "picosnitch__process_manager__ProcessManager__terminate" [style="dashed",  color="#ffffff00"];
        "picosnitch__process_manager__ProcessManager____init__" -> "picosnitch__process_manager__ProcessManager" [style="solid",  color="#000000"];
        "picosnitch__process_manager__ProcessManager____init__" -> "picosnitch__process_manager__ProcessManager__start" [style="solid",  color="#000000"];
        "picosnitch__process_manager__ProcessManager__start" -> "picosnitch__process_manager__ProcessManager" [style="solid",  color="#000000"];
        "picosnitch__process_manager__ProcessManager__terminate" -> "picosnitch__process_manager__ProcessManager__is_alive" [style="solid",  color="#000000"];
        "picosnitch__subprocesses__fuse" -> "picosnitch__subprocesses__fuse__run_fuse" [style="dashed",  color="#ffffff00"];
        "picosnitch__subprocesses__fuse" -> "picosnitch__utils__get_sha256_fd" [style="solid",  color="#000000"];
        "picosnitch__subprocesses__fuse" -> "picosnitch__utils__get_sha256_pid" [style="solid",  color="#000000"];
        "picosnitch__subprocesses__fuse__run_fuse" -> "picosnitch__utils__drop_root_permanent" [style="solid",  color="#000000"];
        "picosnitch__subprocesses__fuse__run_fuse" -> "picosnitch__utils__resolve_group" [style="solid",  color="#000000"];
        "picosnitch__subprocesses__fuse__run_fuse" -> "picosnitch__utils__resolve_owner" [style="solid",  color="#000000"];
        "picosnitch__subprocesses__monitor" -> "picosnitch__bpf_wrapper__BPF" [style="solid",  color="#000000"];
        "picosnitch__subprocesses__monitor" -> "picosnitch__bpf_wrapper__check_bpf_requirements" [style="solid",  color="#000000"];
        "picosnitch__subprocesses__monitor" -> "picosnitch__bpf_wrapper__find_bpf_object" [style="solid",  color="#000000"];
        "picosnitch__subprocesses__monitor" -> "picosnitch__subprocesses__monitor__initial_poll" [style="dashed",  color="#ffffff00"];
        "picosnitch__subprocesses__monitor" -> "picosnitch__subprocesses__monitor__run_monitor" [style="dashed",  color="#ffffff00"];
        "picosnitch__subprocesses__monitor" -> "picosnitch__utils__get_fstat" [style="solid",  color="#000000"];
        "picosnitch__subprocesses__monitor__run_monitor" -> "picosnitch__bpf_wrapper__BPF" [style="solid",  color="#000000"];
+         "picosnitch__subprocesses__monitor__run_monitor" -> "picosnitch__bpf_wrapper__BPFObject____enter__" [style="solid",  color="#000000"];
+         "picosnitch__subprocesses__monitor__run_monitor" -> "picosnitch__bpf_wrapper__BPFObject____exit__" [style="solid",  color="#000000"];
        "picosnitch__subprocesses__monitor__run_monitor" -> "picosnitch__bpf_wrapper__BPFObject__attach_trace" [style="solid",  color="#000000"];
+         "picosnitch__subprocesses__monitor__run_monitor" -> "picosnitch__bpf_wrapper__BPF____enter__" [style="solid",  color="#000000"];
+         "picosnitch__subprocesses__monitor__run_monitor" -> "picosnitch__bpf_wrapper__BPF____exit__" [style="solid",  color="#000000"];
        "picosnitch__subprocesses__monitor__run_monitor" -> "picosnitch__bpf_wrapper__BPF____init__" [style="solid",  color="#000000"];
        "picosnitch__subprocesses__monitor__run_monitor" -> "picosnitch__bpf_wrapper__BPF__attach_kretprobe" [style="solid",  color="#000000"];
        "picosnitch__subprocesses__monitor__run_monitor" -> "picosnitch__bpf_wrapper__BPF__attach_uprobe" [style="solid",  color="#000000"];
        "picosnitch__subprocesses__monitor__run_monitor" -> "picosnitch__bpf_wrapper__BPF__attach_uretprobe" [style="solid",  color="#000000"];
        "picosnitch__subprocesses__monitor__run_monitor" -> "picosnitch__bpf_wrapper__BPF__get_syscall_fnname" [style="solid",  color="#000000"];
        "picosnitch__subprocesses__monitor__run_monitor" -> "picosnitch__bpf_wrapper__BPF__perf_buffer_poll" [style="solid",  color="#000000"];
        "picosnitch__subprocesses__monitor__run_monitor" -> "picosnitch__bpf_wrapper__check_bpf_requirements" [style="solid",  color="#000000"];
        "picosnitch__subprocesses__monitor__run_monitor" -> "picosnitch__bpf_wrapper__find_bpf_object" [style="solid",  color="#000000"];
        "picosnitch__subprocesses__monitor__run_monitor" -> "picosnitch__subprocesses__monitor__initial_poll" [style="solid",  color="#000000"];
        "picosnitch__subprocesses__monitor__run_monitor" -> "picosnitch__subprocesses__monitor__run_monitor___find_exe_by_inodeX" [style="dashed",  color="#ffffff00"];
        "picosnitch__subprocesses__monitor__run_monitor" -> "picosnitch__subprocesses__monitor__run_monitor__get_cmdline" [style="dashed",  color="#ffffff00"];
        "picosnitch__subprocesses__monitor__run_monitor" -> "picosnitch__subprocesses__monitor__run_monitor__get_cmdline" [style="solid",  color="#000000"];
        "picosnitch__subprocesses__monitor__run_monitor" -> "picosnitch__subprocesses__monitor__run_monitor__get_fd" [style="dashed",  color="#ffffff00"];
        "picosnitch__subprocesses__monitor__run_monitor" -> "picosnitch__subprocesses__monitor__run_monitor__get_fd" [style="solid",  color="#000000"];
        "picosnitch__subprocesses__monitor__run_monitor" -> "picosnitch__subprocesses__monitor__run_monitor__queue_dns_event" [style="dashed",  color="#ffffff00"];
        "picosnitch__subprocesses__monitor__run_monitor" -> "picosnitch__subprocesses__monitor__run_monitor__queue_dns_event" [style="solid",  color="#000000"];
        "picosnitch__subprocesses__monitor__run_monitor" -> "picosnitch__subprocesses__monitor__run_monitor__queue_exec_event" [style="dashed",  color="#ffffff00"];
        "picosnitch__subprocesses__monitor__run_monitor" -> "picosnitch__subprocesses__monitor__run_monitor__queue_exec_event" [style="solid",  color="#000000"];
        "picosnitch__subprocesses__monitor__run_monitor" -> "picosnitch__subprocesses__monitor__run_monitor__queue_lost" [style="dashed",  color="#ffffff00"];
        "picosnitch__subprocesses__monitor__run_monitor" -> "picosnitch__subprocesses__monitor__run_monitor__queue_lost" [style="solid",  color="#000000"];
        "picosnitch__subprocesses__monitor__run_monitor" -> "picosnitch__subprocesses__monitor__run_monitor__queue_recvv4_event" [style="dashed",  color="#ffffff00"];
        "picosnitch__subprocesses__monitor__run_monitor" -> "picosnitch__subprocesses__monitor__run_monitor__queue_recvv4_event" [style="solid",  color="#000000"];
        "picosnitch__subprocesses__monitor__run_monitor" -> "picosnitch__subprocesses__monitor__run_monitor__queue_recvv6_event" [style="dashed",  color="#ffffff00"];
        "picosnitch__subprocesses__monitor__run_monitor" -> "picosnitch__subprocesses__monitor__run_monitor__queue_recvv6_event" [style="solid",  color="#000000"];
        "picosnitch__subprocesses__monitor__run_monitor" -> "picosnitch__subprocesses__monitor__run_monitor__queue_sendv4_event" [style="dashed",  color="#ffffff00"];
        "picosnitch__subprocesses__monitor__run_monitor" -> "picosnitch__subprocesses__monitor__run_monitor__queue_sendv4_event" [style="solid",  color="#000000"];
        "picosnitch__subprocesses__monitor__run_monitor" -> "picosnitch__subprocesses__monitor__run_monitor__queue_sendv6_event" [style="dashed",  color="#ffffff00"];
        "picosnitch__subprocesses__monitor__run_monitor" -> "picosnitch__subprocesses__monitor__run_monitor__queue_sendv6_event" [style="solid",  color="#000000"];
        "picosnitch__subprocesses__monitor__run_monitor__get_cmdline" -> "picosnitch__bpf_wrapper__BPFObject____enter__" [style="solid",  color="#000000"];
        "picosnitch__subprocesses__monitor__run_monitor__get_cmdline" -> "picosnitch__bpf_wrapper__BPFObject____exit__" [style="solid",  color="#000000"];
        "picosnitch__subprocesses__monitor__run_monitor__get_cmdline" -> "picosnitch__bpf_wrapper__BPF____enter__" [style="solid",  color="#000000"];
        "picosnitch__subprocesses__monitor__run_monitor__get_cmdline" -> "picosnitch__bpf_wrapper__BPF____exit__" [style="solid",  color="#000000"];
        "picosnitch__subprocesses__monitor__run_monitor__get_fd" -> "picosnitch__subprocesses__monitor__run_monitor___find_exe_by_inodeX" [style="solid",  color="#000000"];
        "picosnitch__subprocesses__monitor__run_monitor__get_fd" -> "picosnitch__utils__get_fstat" [style="solid",  color="#000000"];
        "picosnitch__subprocesses__monitor__run_monitor__queue_dns_event" -> "picosnitch__bpf_wrapper__BPF" [style="solid",  color="#000000"];
        "picosnitch__subprocesses__monitor__run_monitor__queue_exec_event" -> "picosnitch__bpf_wrapper__BPF" [style="solid",  color="#000000"];
        "picosnitch__subprocesses__monitor__run_monitor__queue_exec_event" -> "picosnitch__subprocesses__monitor__run_monitor__get_cmdline" [style="solid",  color="#000000"];
        "picosnitch__subprocesses__monitor__run_monitor__queue_exec_event" -> "picosnitch__subprocesses__monitor__run_monitor__get_fd" [style="solid",  color="#000000"];
        "picosnitch__subprocesses__monitor__run_monitor__queue_recvv4_event" -> "picosnitch__bpf_wrapper__BPF" [style="solid",  color="#000000"];
        "picosnitch__subprocesses__monitor__run_monitor__queue_recvv4_event" -> "picosnitch__subprocesses__monitor__run_monitor__get_cmdline" [style="solid",  color="#000000"];
        "picosnitch__subprocesses__monitor__run_monitor__queue_recvv4_event" -> "picosnitch__subprocesses__monitor__run_monitor__get_fd" [style="solid",  color="#000000"];
        "picosnitch__subprocesses__monitor__run_monitor__queue_recvv6_event" -> "picosnitch__bpf_wrapper__BPF" [style="solid",  color="#000000"];
        "picosnitch__subprocesses__monitor__run_monitor__queue_recvv6_event" -> "picosnitch__subprocesses__monitor__run_monitor__get_cmdline" [style="solid",  color="#000000"];
        "picosnitch__subprocesses__monitor__run_monitor__queue_recvv6_event" -> "picosnitch__subprocesses__monitor__run_monitor__get_fd" [style="solid",  color="#000000"];
        "picosnitch__subprocesses__monitor__run_monitor__queue_sendv4_event" -> "picosnitch__bpf_wrapper__BPF" [style="solid",  color="#000000"];
        "picosnitch__subprocesses__monitor__run_monitor__queue_sendv4_event" -> "picosnitch__subprocesses__monitor__run_monitor__get_cmdline" [style="solid",  color="#000000"];
        "picosnitch__subprocesses__monitor__run_monitor__queue_sendv4_event" -> "picosnitch__subprocesses__monitor__run_monitor__get_fd" [style="solid",  color="#000000"];
        "picosnitch__subprocesses__monitor__run_monitor__queue_sendv6_event" -> "picosnitch__bpf_wrapper__BPF" [style="solid",  color="#000000"];
        "picosnitch__subprocesses__monitor__run_monitor__queue_sendv6_event" -> "picosnitch__subprocesses__monitor__run_monitor__get_cmdline" [style="solid",  color="#000000"];
        "picosnitch__subprocesses__monitor__run_monitor__queue_sendv6_event" -> "picosnitch__subprocesses__monitor__run_monitor__get_fd" [style="solid",  color="#000000"];
        "picosnitch__subprocesses__notifications" -> "picosnitch__subprocesses__notifications__run_notifications" [style="dashed",  color="#ffffff00"];
        "picosnitch__subprocesses__notifications__run_notifications" -> "picosnitch__subprocesses__notifications__run_notifications__system_notification" [style="dashed",  color="#ffffff00"];
        "picosnitch__subprocesses__notifications__run_notifications" -> "picosnitch__subprocesses__notifications__run_notifications__system_notification" [style="solid",  color="#000000"];
        "picosnitch__subprocesses__notifications__run_notifications" -> "picosnitch__utils__drop_root_permanent" [style="solid",  color="#000000"];
        "picosnitch__subprocesses__notifications__run_notifications" -> "picosnitch__utils__resolve_group" [style="solid",  color="#000000"];
        "picosnitch__subprocesses__notifications__run_notifications" -> "picosnitch__utils__resolve_owner" [style="solid",  color="#000000"];
        "picosnitch__subprocesses__primary" -> "picosnitch__subprocesses__primary___toast" [style="dashed",  color="#ffffff00"];
        "picosnitch__subprocesses__primary" -> "picosnitch__subprocesses__primary__handle_new_processes" [style="dashed",  color="#ffffff00"];
        "picosnitch__subprocesses__primary" -> "picosnitch__subprocesses__primary__run_primary" [style="dashed",  color="#ffffff00"];
        "picosnitch__subprocesses__primary" -> "picosnitch__utils__flush_logs" [style="solid",  color="#000000"];
        "picosnitch__subprocesses__primary" -> "picosnitch__utils__save_state" [style="solid",  color="#000000"];
        "picosnitch__subprocesses__primary__handle_new_processes" -> "picosnitch__subprocesses__primary___toast" [style="solid",  color="#000000"];
        "picosnitch__subprocesses__primary__run_primary" -> "picosnitch__subprocesses__primary___toast" [style="solid",  color="#000000"];
        "picosnitch__subprocesses__primary__run_primary" -> "picosnitch__subprocesses__primary__handle_new_processes" [style="solid",  color="#000000"];
        "picosnitch__subprocesses__primary__run_primary" -> "picosnitch__subprocesses__primary__run_primary___drain_errors" [style="dashed",  color="#ffffff00"];
        "picosnitch__subprocesses__primary__run_primary" -> "picosnitch__subprocesses__primary__run_primary___drain_errors" [style="solid",  color="#000000"];
        "picosnitch__subprocesses__primary__run_primary" -> "picosnitch__subprocesses__primary__run_primary__event_pipe_thread" [style="dashed",  color="#ffffff00"];
        "picosnitch__subprocesses__primary__run_primary" -> "picosnitch__subprocesses__primary__run_primary__event_pipe_thread" [style="solid",  color="#000000"];
        "picosnitch__subprocesses__primary__run_primary" -> "picosnitch__subprocesses__primary__run_primary__save_state_and_exit" [style="dashed",  color="#ffffff00"];
        "picosnitch__subprocesses__primary__run_primary" -> "picosnitch__subprocesses__primary__run_primary__save_state_and_exit" [style="solid",  color="#000000"];
        "picosnitch__subprocesses__primary__run_primary" -> "picosnitch__utils__flush_logs" [style="solid",  color="#000000"];
        "picosnitch__subprocesses__primary__run_primary" -> "picosnitch__utils__save_state" [style="solid",  color="#000000"];
        "picosnitch__subprocesses__primary__run_primary___drain_errors" -> "picosnitch__subprocesses__primary___toast" [style="solid",  color="#000000"];
        "picosnitch__subprocesses__primary__run_primary__save_state_and_exit" -> "picosnitch__subprocesses__primary__run_primary___drain_errors" [style="solid",  color="#000000"];
        "picosnitch__subprocesses__primary__run_primary__save_state_and_exit" -> "picosnitch__utils__save_state" [style="solid",  color="#000000"];
        "picosnitch__subprocesses__secondary" -> "picosnitch__process_manager__ProcessManager" [style="solid",  color="#000000"];
        "picosnitch__subprocesses__secondary" -> "picosnitch__subprocesses__secondary__build_log_entries" [style="dashed",  color="#ffffff00"];
        "picosnitch__subprocesses__secondary" -> "picosnitch__subprocesses__secondary__resolve_hash" [style="dashed",  color="#ffffff00"];
        "picosnitch__subprocesses__secondary" -> "picosnitch__subprocesses__secondary__run_secondary" [style="dashed",  color="#ffffff00"];
        "picosnitch__subprocesses__secondary" -> "picosnitch__utils__get_fanotify_events" [style="solid",  color="#000000"];
        "picosnitch__subprocesses__secondary" -> "picosnitch__utils__get_sha256_fd" [style="solid",  color="#000000"];
        "picosnitch__subprocesses__secondary" -> "picosnitch__utils__get_sha256_fuse" [style="solid",  color="#000000"];
        "picosnitch__subprocesses__secondary" -> "picosnitch__utils__get_sha256_pid" [style="solid",  color="#000000"];
        "picosnitch__subprocesses__secondary" -> "picosnitch__utils__reverse_dns_lookup" [style="solid",  color="#000000"];
        "picosnitch__subprocesses__secondary" -> "picosnitch__utils__sync_vt_results" [style="solid",  color="#000000"];
        "picosnitch__subprocesses__secondary__build_log_entries" -> "picosnitch__process_manager__ProcessManager" [style="solid",  color="#000000"];
        "picosnitch__subprocesses__secondary__build_log_entries" -> "picosnitch__subprocesses__secondary__resolve_hash" [style="solid",  color="#000000"];
        "picosnitch__subprocesses__secondary__build_log_entries" -> "picosnitch__utils__reverse_dns_lookup" [style="solid",  color="#000000"];
        "picosnitch__subprocesses__secondary__resolve_hash" -> "picosnitch__process_manager__ProcessManager" [style="solid",  color="#000000"];
        "picosnitch__subprocesses__secondary__resolve_hash" -> "picosnitch__utils__get_sha256_fd" [style="solid",  color="#000000"];
        "picosnitch__subprocesses__secondary__resolve_hash" -> "picosnitch__utils__get_sha256_fuse" [style="solid",  color="#000000"];
        "picosnitch__subprocesses__secondary__resolve_hash" -> "picosnitch__utils__get_sha256_pid" [style="solid",  color="#000000"];
        "picosnitch__subprocesses__secondary__run_secondary" -> "picosnitch__process_manager__ProcessManager" [style="solid",  color="#000000"];
        "picosnitch__subprocesses__secondary__run_secondary" -> "picosnitch__process_manager__ProcessManager__is_alive" [style="solid",  color="#000000"];
        "picosnitch__subprocesses__secondary__run_secondary" -> "picosnitch__subprocesses__secondary__build_log_entries" [style="solid",  color="#000000"];
        "picosnitch__subprocesses__secondary__run_secondary" -> "picosnitch__subprocesses__secondary__run_secondary__resolve_exe_id" [style="dashed",  color="#ffffff00"];
        "picosnitch__subprocesses__secondary__run_secondary" -> "picosnitch__subprocesses__secondary__run_secondary__resolve_exe_id" [style="solid",  color="#000000"];
        "picosnitch__subprocesses__secondary__run_secondary" -> "picosnitch__utils__get_fanotify_events" [style="solid",  color="#000000"];
        "picosnitch__subprocesses__secondary__run_secondary" -> "picosnitch__utils__sync_vt_results" [style="solid",  color="#000000"];
        "picosnitch__subprocesses__virustotal" -> "picosnitch__subprocesses__virustotal__run_virustotal" [style="dashed",  color="#ffffff00"];
        "picosnitch__subprocesses__virustotal" -> "picosnitch__utils__get_fstat" [style="solid",  color="#000000"];
        "picosnitch__subprocesses__virustotal__run_virustotal" -> "picosnitch__subprocesses__virustotal__run_virustotal__get_analysis" [style="dashed",  color="#ffffff00"];
        "picosnitch__subprocesses__virustotal__run_virustotal" -> "picosnitch__subprocesses__virustotal__run_virustotal__get_analysis" [style="solid",  color="#000000"];
        "picosnitch__subprocesses__virustotal__run_virustotal" -> "picosnitch__utils__drop_root_permanent" [style="solid",  color="#000000"];
        "picosnitch__subprocesses__virustotal__run_virustotal" -> "picosnitch__utils__get_fstat" [style="solid",  color="#000000"];
        "picosnitch__subprocesses__virustotal__run_virustotal" -> "picosnitch__utils__resolve_group" [style="solid",  color="#000000"];
        "picosnitch__subprocesses__virustotal__run_virustotal" -> "picosnitch__utils__resolve_owner" [style="solid",  color="#000000"];
        "picosnitch__utils" -> "picosnitch__utils__apply_data_permissions" [style="dashed",  color="#ffffff00"];
        "picosnitch__utils" -> "picosnitch__utils__drop_root_permanent" [style="dashed",  color="#ffffff00"];
        "picosnitch__utils" -> "picosnitch__utils__flush_logs" [style="dashed",  color="#ffffff00"];
        "picosnitch__utils" -> "picosnitch__utils__get_fanotify_events" [style="dashed",  color="#ffffff00"];
        "picosnitch__utils" -> "picosnitch__utils__get_fstat" [style="dashed",  color="#ffffff00"];
        "picosnitch__utils" -> "picosnitch__utils__get_sha256_fd" [style="dashed",  color="#ffffff00"];
        "picosnitch__utils" -> "picosnitch__utils__get_sha256_fuse" [style="dashed",  color="#ffffff00"];
        "picosnitch__utils" -> "picosnitch__utils__get_sha256_pid" [style="dashed",  color="#ffffff00"];
        "picosnitch__utils" -> "picosnitch__utils__load_state" [style="dashed",  color="#ffffff00"];
        "picosnitch__utils" -> "picosnitch__utils__resolve_group" [style="dashed",  color="#ffffff00"];
        "picosnitch__utils" -> "picosnitch__utils__resolve_owner" [style="dashed",  color="#ffffff00"];
        "picosnitch__utils" -> "picosnitch__utils__reverse_dns_lookup" [style="dashed",  color="#ffffff00"];
        "picosnitch__utils" -> "picosnitch__utils__sanitize_log_line" [style="dashed",  color="#ffffff00"];
        "picosnitch__utils" -> "picosnitch__utils__save_state" [style="dashed",  color="#ffffff00"];
        "picosnitch__utils" -> "picosnitch__utils__sync_vt_results" [style="dashed",  color="#ffffff00"];
        "picosnitch__utils__apply_data_permissions" -> "picosnitch__utils__resolve_group" [style="solid",  color="#000000"];
        "picosnitch__utils__apply_data_permissions" -> "picosnitch__utils__resolve_owner" [style="solid",  color="#000000"];
        "picosnitch__utils__flush_logs" -> "picosnitch__utils__sanitize_log_line" [style="solid",  color="#000000"];
        "picosnitch__utils__get_fanotify_events" -> "picosnitch__utils__get_fstat" [style="solid",  color="#000000"];
        "picosnitch__utils__get_sha256_fd" -> "picosnitch__utils__get_fstat" [style="solid",  color="#000000"];
        "picosnitch__utils__get_sha256_pid" -> "picosnitch__utils__get_fstat" [style="solid",  color="#000000"];
        "picosnitch__utils__save_state" -> "picosnitch__utils__flush_logs" [style="solid",  color="#000000"];
    }
